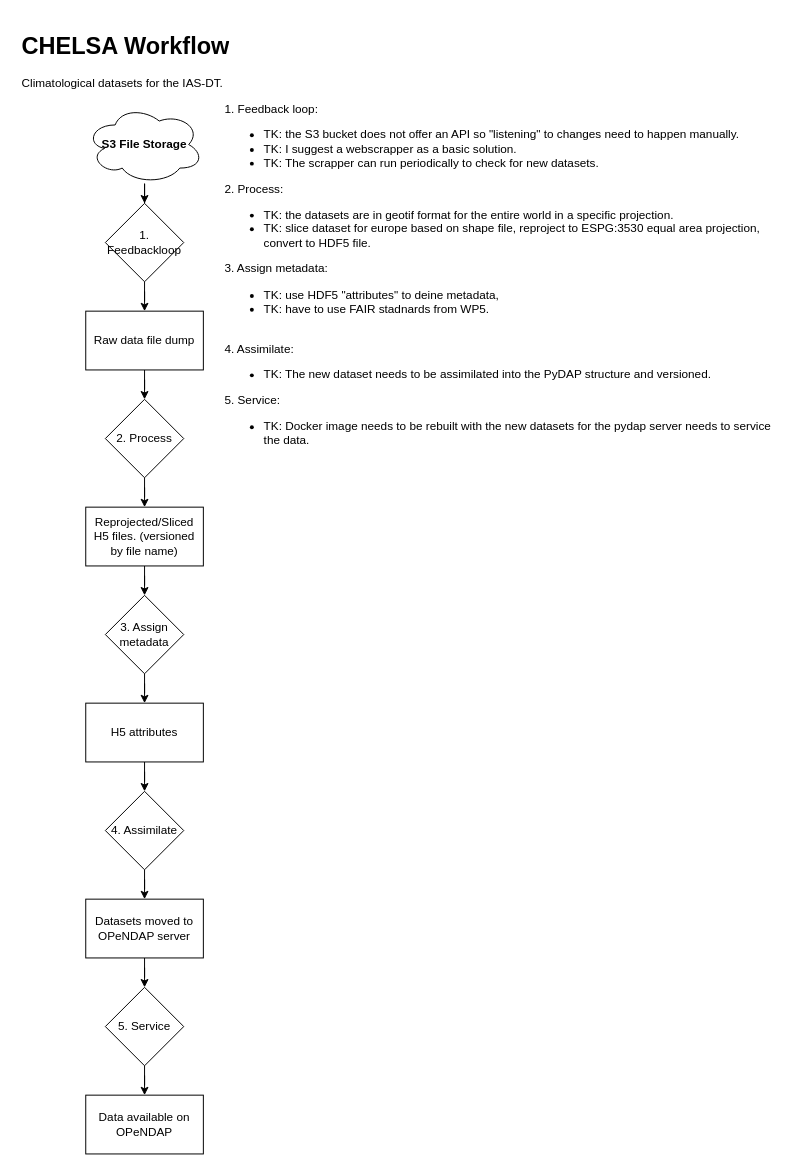
BioDT/uc-ias-workflows keeps this draw.io diagram as page "chelsa" (4 of 5) of references/architecture/IASDT-dataflow.drawio. Above is the earlier version. Source tidied: cells renumbered, new cells numbered last; positions are measured from the earlier drawing's top-left corner, leaving out a move shared by most shapes. Both pictures are drawn from the tidied source at 98%, with x=0, y=0 at pixel (17, 26).
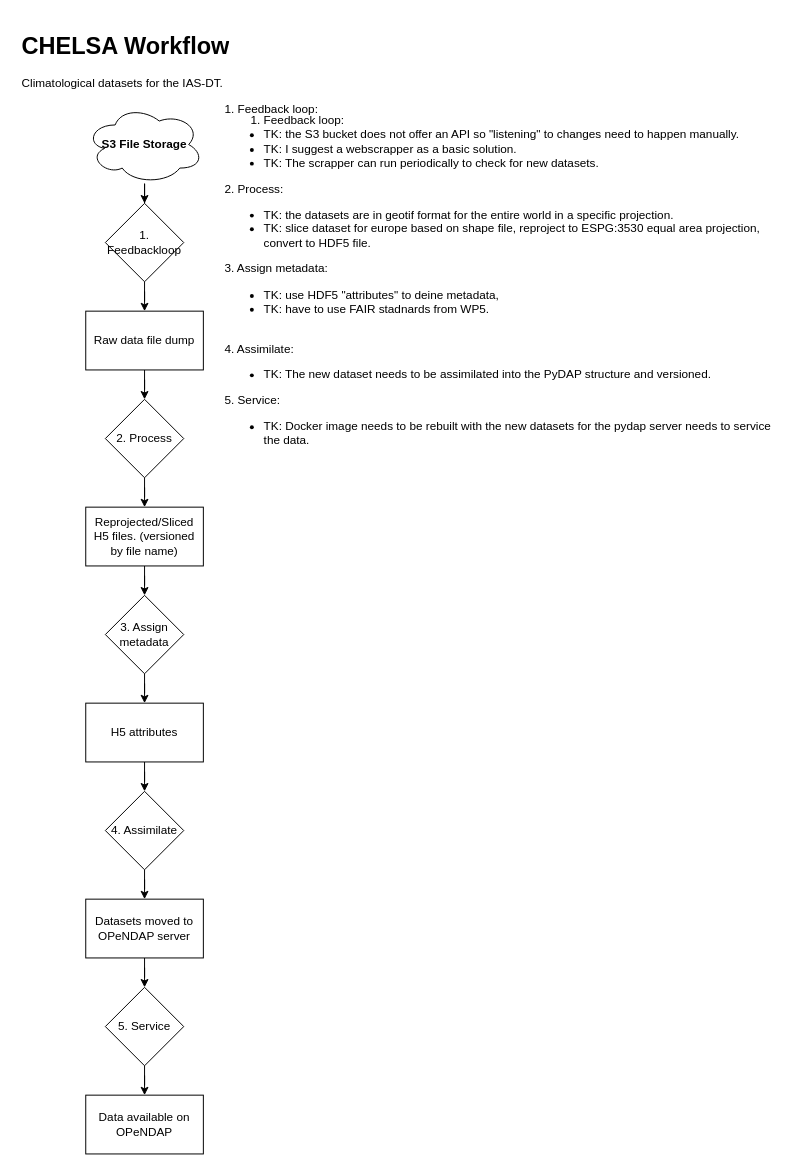
Above is the later version.

What changed in the source:
```diff
@@
-    <mxCell id="24" value="&lt;span style=&quot;background-color: initial;&quot;&gt;1. Feedback loop: &lt;/span&gt;&lt;br style=&quot;background-color: initial;&quot;&gt;&lt;ul&gt;&lt;li&gt;&lt;span style=&quot;background-color: initial;&quot;&gt;TK: the S3 bucket does not offer an API so &quot;listening&quot; to changes need to happen manually.&lt;/span&gt;&lt;/li&gt;&lt;li&gt;&lt;span style=&quot;background-color: initial;&quot;&gt;TK: I suggest a webscrapper as a basic solution.&amp;nbsp;&lt;/span&gt;&lt;/li&gt;&lt;li&gt;&lt;span style=&quot;background-color: initial;&quot;&gt;TK: The scrapper can run periodically to check for new datasets.&amp;nbsp;&lt;/span&gt;&lt;/li&gt;&lt;/ul&gt;&lt;span style=&quot;background-color: initial;&quot;&gt;2. Process:&lt;br&gt;&lt;ul&gt;&lt;li&gt;&lt;span style=&quot;background-color: initial;&quot;&gt;TK: the datasets are in geotif format for the entire world in a specific projection.&lt;/span&gt;&lt;/li&gt;&lt;li&gt;&lt;span style=&quot;background-color: initial;&quot;&gt;TK: slice dataset for europe based on shape file, reproject to ESPG:3530 equal area projection, convert to HDF5 file.&lt;/span&gt;&lt;/li&gt;&lt;/ul&gt;&lt;div&gt;3. Assign metadata:&lt;/div&gt;&lt;div&gt;&lt;ul&gt;&lt;li&gt;TK: use HDF5 &quot;attributes&quot; to deine metadata,&lt;/li&gt;&lt;li&gt;TK: have to use FAIR stadnards from WP5.&lt;/li&gt;&lt;/ul&gt;&lt;div&gt;&lt;br&gt;&lt;/div&gt;&lt;/div&gt;&lt;div&gt;4. Assimilate:&lt;/div&gt;&lt;div&gt;&lt;ul&gt;&lt;li&gt;TK: The new dataset needs to be assimilated into the PyDAP structure and versioned.&lt;/li&gt;&lt;/ul&gt;&lt;div&gt;5. Service:&lt;/div&gt;&lt;/div&gt;&lt;div&gt;&lt;ul&gt;&lt;li&gt;TK: Docker image needs to be rebuilt with the new datasets for the pydap server needs to service the data.&amp;nbsp;&lt;/li&gt;&lt;/ul&gt;&lt;/div&gt;&lt;/span&gt;" style="text;html=1;align=left;verticalAlign=top;whiteSpace=wrap;rounded=0;fontSize=12;labelBorderColor=none;labelBackgroundColor=none;shadow=0;" parent="1" vertex="1">
+    <mxCell id="24" value="&lt;ol&gt;&lt;li&gt;Feedback loop:&amp;nbsp;&lt;/li&gt;&lt;/ol&gt;" style="text;html=1;align=left;verticalAlign=top;whiteSpace=wrap;rounded=0;fontSize=12;labelBorderColor=none;labelBackgroundColor=none;shadow=0;" parent="1" vertex="1">
       <mxGeometry x="210" y="70" width="560" height="1070" as="geometry" />
     </mxCell>
+    <mxCell id="25" value="&lt;span style=&quot;background-color: initial;&quot;&gt;1. Feedback loop: &lt;/span&gt;&lt;br style=&quot;background-color: initial;&quot;&gt;&lt;ul&gt;&lt;li&gt;&lt;span style=&quot;background-color: initial;&quot;&gt;TK: the S3 bucket does not offer an API so &quot;listening&quot; to changes need to happen manually.&lt;/span&gt;&lt;/li&gt;&lt;li&gt;&lt;span style=&quot;background-color: initial;&quot;&gt;TK: I suggest a webscrapper as a basic solution.&amp;nbsp;&lt;/span&gt;&lt;/li&gt;&lt;li&gt;&lt;span style=&quot;background-color: initial;&quot;&gt;TK: The scrapper can run periodically to check for new datasets.&amp;nbsp;&lt;/span&gt;&lt;/li&gt;&lt;/ul&gt;&lt;span style=&quot;background-color: initial;&quot;&gt;2. Process:&lt;br&gt;&lt;ul&gt;&lt;li&gt;&lt;span style=&quot;background-color: initial;&quot;&gt;TK: the datasets are in geotif format for the entire world in a specific projection.&lt;/span&gt;&lt;/li&gt;&lt;li&gt;&lt;span style=&quot;background-color: initial;&quot;&gt;TK: slice dataset for europe based on shape file, reproject to ESPG:3530 equal area projection, convert to HDF5 file.&lt;/span&gt;&lt;/li&gt;&lt;/ul&gt;&lt;div&gt;3. Assign metadata:&lt;/div&gt;&lt;div&gt;&lt;ul&gt;&lt;li&gt;TK: use HDF5 &quot;attributes&quot; to deine metadata,&lt;/li&gt;&lt;li&gt;TK: have to use FAIR stadnards from WP5.&lt;/li&gt;&lt;/ul&gt;&lt;div&gt;&lt;br&gt;&lt;/div&gt;&lt;/div&gt;&lt;div&gt;4. Assimilate:&lt;/div&gt;&lt;div&gt;&lt;ul&gt;&lt;li&gt;TK: The new dataset needs to be assimilated into the PyDAP structure and versioned.&lt;/li&gt;&lt;/ul&gt;&lt;div&gt;5. Service:&lt;/div&gt;&lt;/div&gt;&lt;div&gt;&lt;ul&gt;&lt;li&gt;TK: Docker image needs to be rebuilt with the new datasets for the pydap server needs to service the data.&amp;nbsp;&lt;/li&gt;&lt;/ul&gt;&lt;/div&gt;&lt;/span&gt;" style="text;html=1;align=left;verticalAlign=top;whiteSpace=wrap;rounded=0;fontSize=12;labelBorderColor=none;labelBackgroundColor=none;shadow=0;" parent="1" vertex="1">
+      <mxGeometry x="210" y="70" width="560" height="1070" as="geometry" />
+    </mxCell>
```
